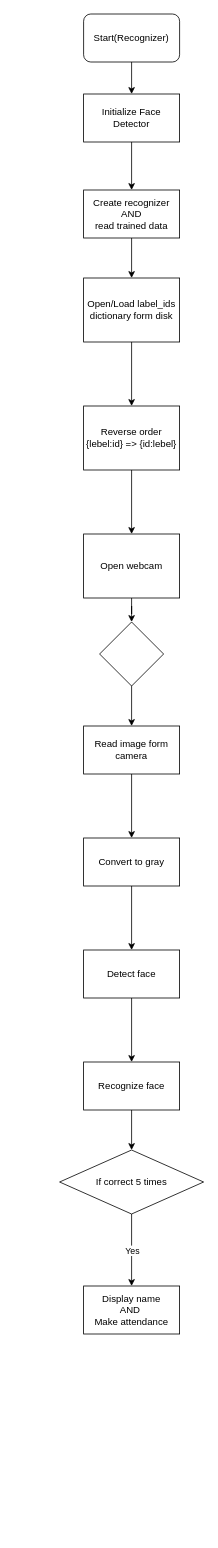
prashantsingh2408/Face-Recognition-Attendance-System keeps this draw.io diagram as Documentation/Flow Diagram/recognizer.drawio. Above is the earlier version. Source tidied: cells renumbered, new cells numbered last; positions are measured from the earlier drawing's top-left corner, leaving out a move shared by most shapes. Both pictures are drawn from the tidied source at 80%, with x=0, y=0 at pixel (59, 14).
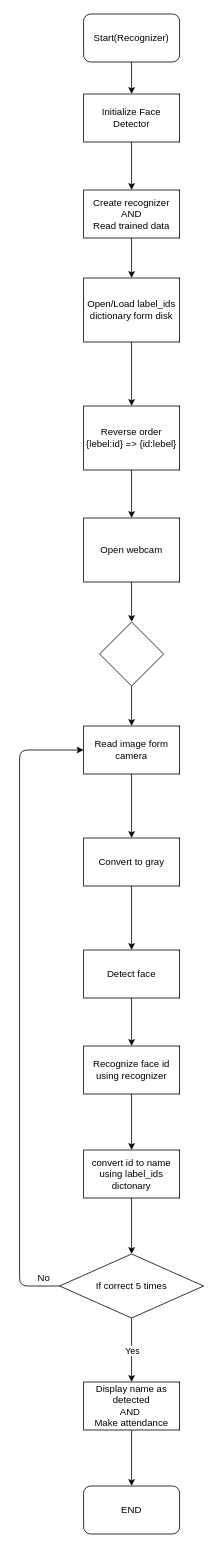
The same page after the edit.

The change refers to these unchanged cells:
```xml
<mxCell id="17" value="Read image form camera" style="whiteSpace=wrap;html=1;" parent="1" vertex="1">
  <mxGeometry x="30" y="890" width="120" height="60" as="geometry" />
</mxCell>
```

The edit, as a diff of the source:
```diff
@@
-    <mxCell id="7" value="Create recognizer&lt;br&gt;AND&lt;br&gt;read trained data" style="rounded=0;whiteSpace=wrap;html=1;" parent="1" vertex="1">
+    <mxCell id="7" value="Create recognizer&lt;br&gt;AND&lt;br&gt;Read trained data" style="rounded=0;whiteSpace=wrap;html=1;" parent="1" vertex="1">
       <mxGeometry x="30" y="220" width="120" height="60" as="geometry" />
     </mxCell>
@@
     <mxCell id="13" value="Open webcam" style="rounded=0;whiteSpace=wrap;html=1;" parent="1" vertex="1">
-      <mxGeometry x="30" y="650" width="120" height="80" as="geometry" />
+      <mxGeometry x="30" y="630" width="120" height="80" as="geometry" />
     </mxCell>
@@
-    <mxCell id="22" style="edgeStyle=orthogonalEdgeStyle;rounded=0;jettySize=auto;html=1;" parent="1" edge="1" source="23" target="24">
+    <mxCell id="22" style="edgeStyle=orthogonalEdgeStyle;rounded=0;jettySize=auto;html=1;entryX=0.5;entryY=0;entryDx=0;entryDy=0;" parent="1" edge="1" source="23" target="32">
       <mxGeometry relative="1" as="geometry" />
     </mxCell>
-    <mxCell id="23" value="Recognize face" style="whiteSpace=wrap;html=1;" parent="1" vertex="1">
-      <mxGeometry x="30" y="1310" width="120" height="60" as="geometry" />
+    <mxCell id="23" value="Recognize face id using recognizer" style="whiteSpace=wrap;html=1;" parent="1" vertex="1">
+      <mxGeometry x="30" y="1290" width="120" height="60" as="geometry" />
     </mxCell>
     <mxCell id="24" value="If correct 5 times" style="rhombus;whiteSpace=wrap;html=1;" parent="1" vertex="1">
-      <mxGeometry y="1420" width="180" height="80" as="geometry" />
+      <mxGeometry y="1550" width="180" height="80" as="geometry" />
     </mxCell>
+    <mxCell id="28" style="edgeStyle=orthogonalEdgeStyle;rounded=0;jettySize=auto;html=1;" parent="1" edge="1" source="25" target="33">
+      <mxGeometry relative="1" as="geometry" />
+    </mxCell>
-    <mxCell id="25" value="Display name&lt;br&gt;AND&amp;nbsp;&lt;br&gt;Make attendance" style="whiteSpace=wrap;html=1;" parent="1" vertex="1">
-      <mxGeometry x="30" y="1590" width="120" height="60" as="geometry" />
+    <mxCell id="25" value="Display name as detected&lt;br&gt;AND&amp;nbsp;&lt;br&gt;Make attendance" style="whiteSpace=wrap;html=1;" parent="1" vertex="1">
+      <mxGeometry x="30" y="1710" width="120" height="60" as="geometry" />
     </mxCell>
@@
+    <mxCell id="29" style="endArrow=classic;html=1;exitX=0;exitY=0.5;exitDx=0;exitDy=0;entryX=0;entryY=0.5;entryDx=0;entryDy=0;" parent="1" edge="1" source="24" target="17">
+      <mxGeometry relative="1" as="geometry">
+        <Array as="points">
+          <mxPoint x="-50" y="1590" />
+          <mxPoint x="-50" y="920" />
+        </Array>
+      </mxGeometry>
+    </mxCell>
+    <mxCell id="30" value="No" style="text;html=1;align=center;verticalAlign=middle;" parent="1" vertex="1">
+      <mxGeometry x="-35" y="1570" width="30" height="20" as="geometry" />
+    </mxCell>
+    <mxCell id="31" style="edgeStyle=orthogonalEdgeStyle;rounded=0;jettySize=auto;html=1;" parent="1" edge="1" source="32" target="24">
+      <mxGeometry relative="1" as="geometry" />
+    </mxCell>
+    <mxCell id="32" value="convert id to name using label_ids dictonary" style="rounded=0;whiteSpace=wrap;html=1;" parent="1" vertex="1">
+      <mxGeometry x="30" y="1420" width="120" height="60" as="geometry" />
+    </mxCell>
+    <mxCell id="33" value="END" style="rounded=1;whiteSpace=wrap;html=1;" parent="1" vertex="1">
+      <mxGeometry x="30" y="1840" width="120" height="60" as="geometry" />
+    </mxCell>
```
